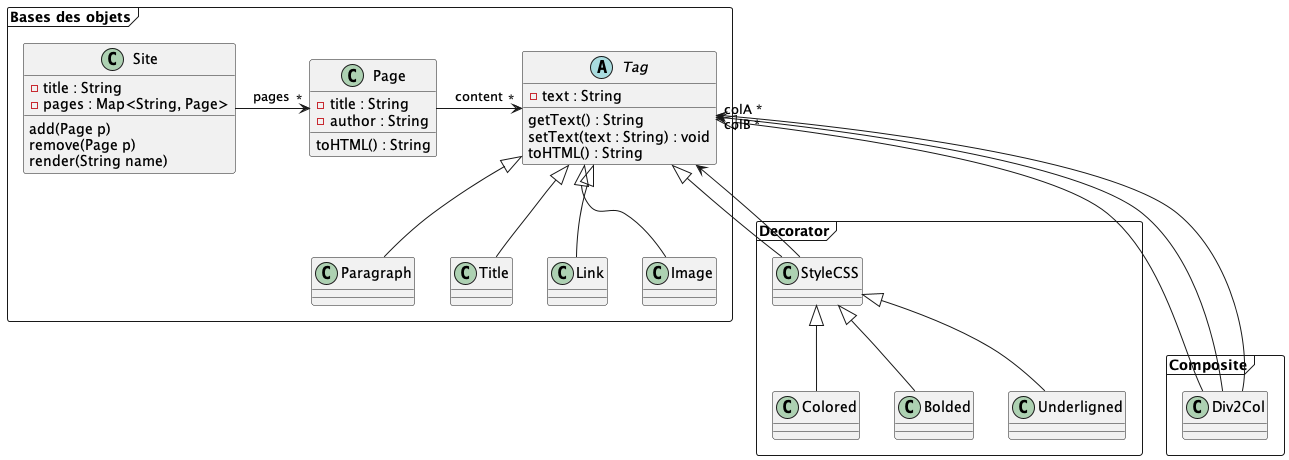
This is Documentation/CMS_UML.png from florentBourgeois/ENSISA2022_CMS, a PlantUML export, as it was before one commit.
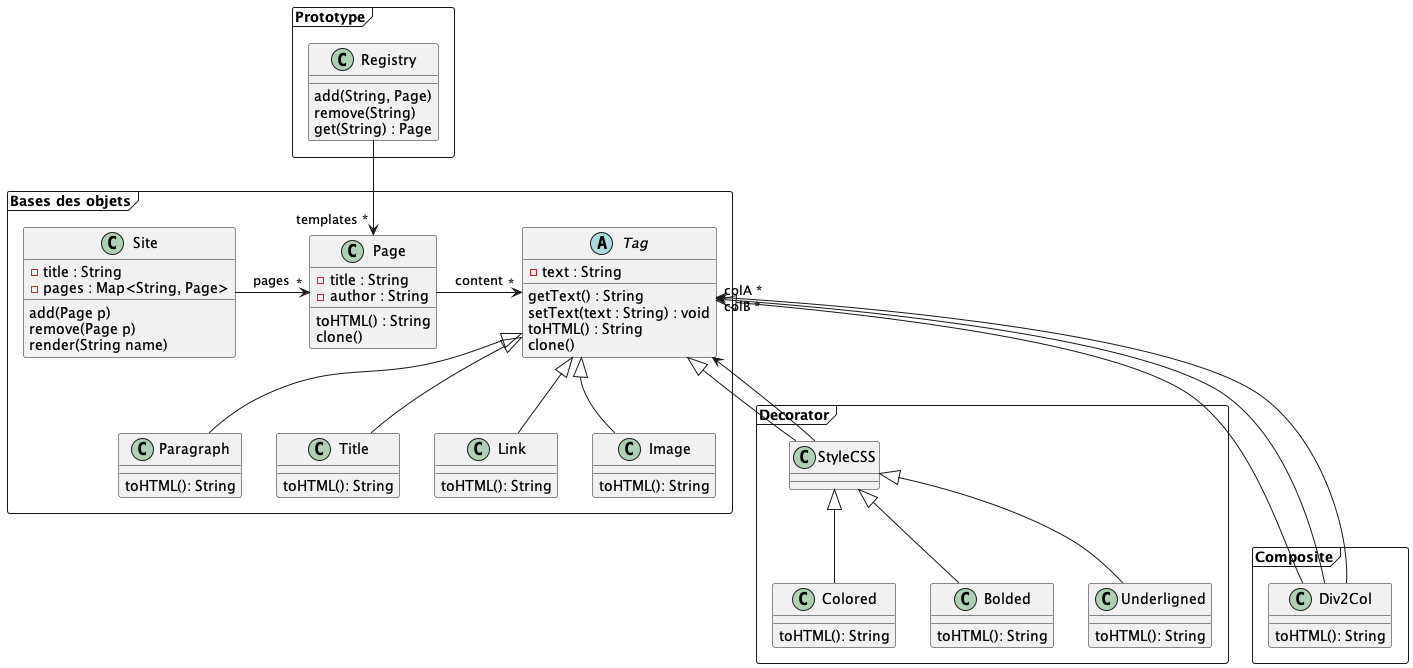
Later version of the same file.

What changed in the source:
```diff
@@ -31,6 +31,12 @@
         remove(Page p)
         render(String name)
     }
+
+    Image : toHTML(): String
+    Link : toHTML(): String
+    Title : toHTML(): String
+    Paragraph : toHTML(): String
+
 }
 
 package "Composite" <<Frame>> {
@@ -43,6 +49,8 @@
     Tag "colA *" <-- Div2Col
     Tag "colB *" <-- Div2Col
 
+    Div2Col : toHTML(): String
+
 }
 
 package "Decorator" <<Frame>> {
@@ -54,5 +62,25 @@
     StyleCSS <|-- Bolded
     StyleCSS <|-- Underligned
 
+    Underligned : toHTML(): String
+    Bolded : toHTML(): String
+    Colored : toHTML(): String
+
 }
+
+
+package "Prototype" <<Frame>> {
+    Page : clone()
+
+    Registry --> "templates *" Page
+    class Registry {
+        add(String, Page)
+        remove(String)
+        get(String) : Page
+    }
+
+    Tag : clone()
+}
+
+
 @enduml
```
